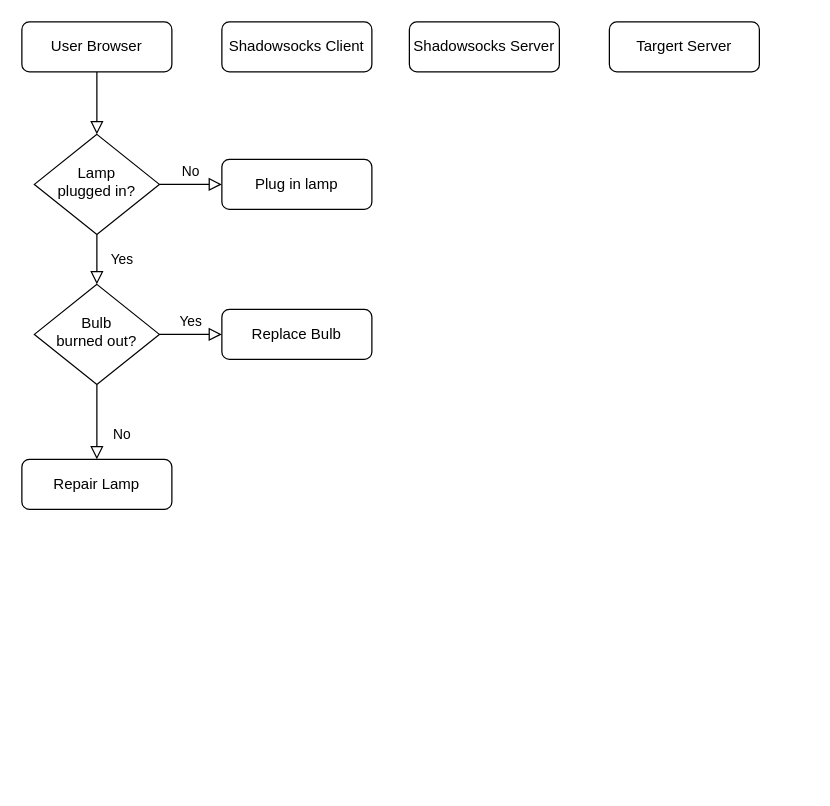
This is vpn原理.drawio from totoSalad/article, a draw.io file, before an edit. Source tidied: cells renumbered, new cells numbered last; positions are measured from the earlier drawing's top-left corner, leaving out a move shared by most shapes. Both pictures are drawn from the tidied source at 125%, with x=0, y=0 at pixel (21, 21).
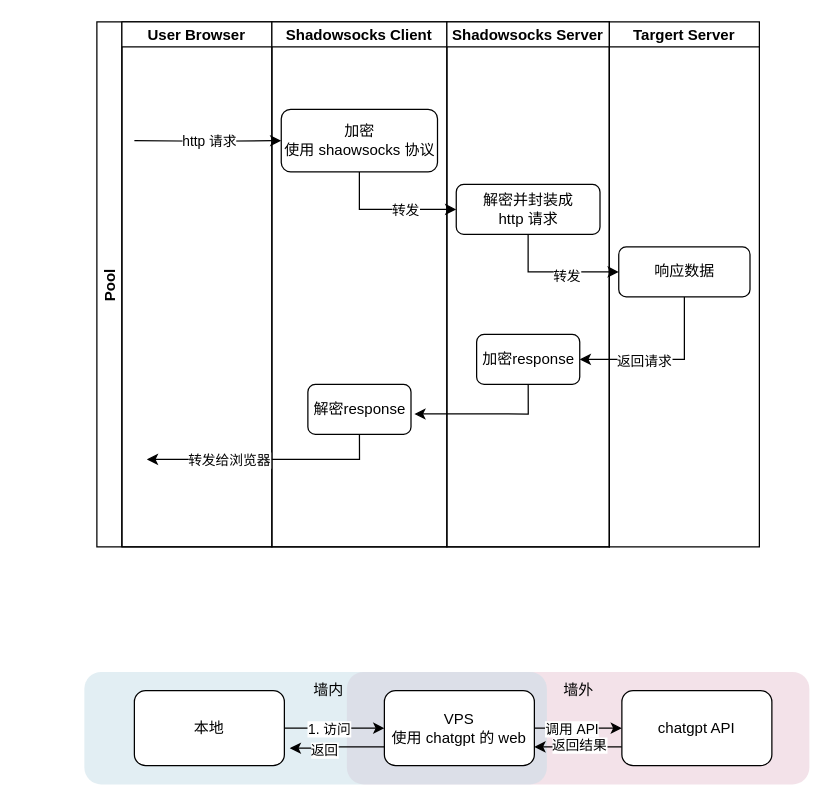
Above is the later version.

The edit, as a diff of the source:
```diff
@@
-    <mxCell id="2" style="rounded=0;html=1;jettySize=auto;fontSize=11;endArrow=block;endFill=0;endSize=8;strokeWidth=1;shadow=0;labelBackgroundColor=none;edgeStyle=orthogonalEdgeStyle;" parent="1" edge="1" source="3" target="6">
-      <mxGeometry relative="1" as="geometry" />
-    </mxCell>
+    <mxCell id="16" style="rounded=1;whiteSpace=wrap;html=1;strokeColor=none;fillColor=#e8c5d4;textOpacity=20;fillStyle=auto;opacity=50;" parent="1" vertex="1">
+      <mxGeometry x="260" y="520" width="370" height="90" as="geometry" />
+    </mxCell>
+    <mxCell id="17" style="rounded=1;whiteSpace=wrap;html=1;strokeColor=none;fillColor=#c5dde8;textOpacity=20;fillStyle=auto;opacity=50;" parent="1" vertex="1">
+      <mxGeometry x="50" y="520" width="370" height="90" as="geometry" />
+    </mxCell>
+    <mxCell id="18" value="Pool" style="swimlane;startSize=20;horizontal=0;" parent="1" vertex="1">
+      <mxGeometry x="60" width="410" height="420" as="geometry" />
+    </mxCell>
-    <mxCell id="3" value=" User Browser  " style="rounded=1;whiteSpace=wrap;html=1;fontSize=12;glass=0;strokeWidth=1;shadow=0;" parent="1" vertex="1">
-      <mxGeometry width="120" height="40" as="geometry" />
+    <mxCell id="3" value="User Browser  " style="swimlane;startSize=20;" parent="18" vertex="1">
+      <mxGeometry x="20" width="120" height="420" as="geometry" />
     </mxCell>
-    <mxCell id="4" value="Yes" style="rounded=0;html=1;jettySize=auto;fontSize=11;endArrow=block;endFill=0;endSize=8;strokeWidth=1;shadow=0;labelBackgroundColor=none;edgeStyle=orthogonalEdgeStyle;" parent="1" edge="1" source="6" target="10">
-      <mxGeometry y="20" relative="1" as="geometry" />
-    </mxCell>
-    <mxCell id="5" value="No" style="edgeStyle=orthogonalEdgeStyle;rounded=0;html=1;jettySize=auto;fontSize=11;endArrow=block;endFill=0;endSize=8;strokeWidth=1;shadow=0;labelBackgroundColor=none;" parent="1" edge="1" source="6" target="7">
-      <mxGeometry y="10" relative="1" as="geometry" />
-    </mxCell>
-    <mxCell id="6" value="Lamp&lt;br&gt;plugged in?" style="rhombus;whiteSpace=wrap;html=1;shadow=0;fontFamily=Helvetica;fontSize=12;align=center;strokeWidth=1;spacing=6;spacingTop=-4;" parent="1" vertex="1">
-      <mxGeometry x="10" y="90" width="100" height="80" as="geometry" />
-    </mxCell>
-    <mxCell id="7" value="Plug in lamp" style="rounded=1;whiteSpace=wrap;html=1;fontSize=12;glass=0;strokeWidth=1;shadow=0;" parent="1" vertex="1">
-      <mxGeometry x="160" y="110" width="120" height="40" as="geometry" />
-    </mxCell>
-    <mxCell id="8" value="No" style="rounded=0;html=1;jettySize=auto;fontSize=11;endArrow=block;endFill=0;endSize=8;strokeWidth=1;shadow=0;labelBackgroundColor=none;edgeStyle=orthogonalEdgeStyle;" parent="1" edge="1" source="10" target="11">
-      <mxGeometry x="0.33" y="20" relative="1" as="geometry" />
-    </mxCell>
-    <mxCell id="9" value="Yes" style="edgeStyle=orthogonalEdgeStyle;rounded=0;html=1;jettySize=auto;fontSize=11;endArrow=block;endFill=0;endSize=8;strokeWidth=1;shadow=0;labelBackgroundColor=none;" parent="1" edge="1" source="10" target="12">
-      <mxGeometry y="10" relative="1" as="geometry" />
-    </mxCell>
-    <mxCell id="10" value="Bulb&lt;br&gt;burned out?" style="rhombus;whiteSpace=wrap;html=1;shadow=0;fontFamily=Helvetica;fontSize=12;align=center;strokeWidth=1;spacing=6;spacingTop=-4;" parent="1" vertex="1">
-      <mxGeometry x="10" y="210" width="100" height="80" as="geometry" />
-    </mxCell>
-    <mxCell id="11" value="Repair Lamp" style="rounded=1;whiteSpace=wrap;html=1;fontSize=12;glass=0;strokeWidth=1;shadow=0;" parent="1" vertex="1">
-      <mxGeometry y="350" width="120" height="40" as="geometry" />
-    </mxCell>
-    <mxCell id="12" value="Replace Bulb" style="rounded=1;whiteSpace=wrap;html=1;fontSize=12;glass=0;strokeWidth=1;shadow=0;" parent="1" vertex="1">
-      <mxGeometry x="160" y="230" width="120" height="40" as="geometry" />
-    </mxCell>
-    <mxCell id="13" value="Shadowsocks Client" style="rounded=1;whiteSpace=wrap;html=1;fontSize=12;glass=0;strokeWidth=1;shadow=0;" parent="1" vertex="1">
-      <mxGeometry x="160" width="120" height="40" as="geometry" />
+    <mxCell id="13" value="Shadowsocks Client" style="swimlane;startSize=20;" parent="18" vertex="1">
+      <mxGeometry x="140" width="140" height="420" as="geometry" />
     </mxCell>
+    <mxCell id="19" value="加密&lt;br&gt;使用 shaowsocks 协议" style="rounded=1;whiteSpace=wrap;html=1;" parent="13" vertex="1">
+      <mxGeometry x="7.5" y="70" width="125" height="50" as="geometry" />
+    </mxCell>
+    <mxCell id="20" value="解密response" style="rounded=1;whiteSpace=wrap;html=1;" parent="13" vertex="1">
+      <mxGeometry x="28.8" y="290" width="82.5" height="40" as="geometry" />
+    </mxCell>
-    <mxCell id="14" value="Shadowsocks Server" style="rounded=1;whiteSpace=wrap;html=1;fontSize=12;glass=0;strokeWidth=1;shadow=0;" parent="1" vertex="1">
-      <mxGeometry x="310" width="120" height="40" as="geometry" />
+    <mxCell id="14" value="Shadowsocks Server" style="swimlane;startSize=20;" parent="18" vertex="1">
+      <mxGeometry x="280" width="130" height="420" as="geometry" />
     </mxCell>
+    <mxCell id="21" value="解密并封装成&lt;br&gt;http 请求" style="rounded=1;whiteSpace=wrap;html=1;" parent="14" vertex="1">
+      <mxGeometry x="7.5" y="130" width="115" height="40" as="geometry" />
+    </mxCell>
+    <mxCell id="22" value="加密response" style="rounded=1;whiteSpace=wrap;html=1;" parent="14" vertex="1">
+      <mxGeometry x="23.8" y="250" width="82.5" height="40" as="geometry" />
+    </mxCell>
+    <mxCell id="23" style="edgeStyle=orthogonalEdgeStyle;rounded=0;jettySize=auto;html=1;entryX=0;entryY=0.5;entryDx=0;entryDy=0;" parent="18" edge="1" target="19">
+      <mxGeometry relative="1" as="geometry">
+        <mxPoint x="30" y="95" as="sourcePoint" />
+      </mxGeometry>
+    </mxCell>
+    <mxCell id="24" value="http 请求" style="edgeLabel;html=1;align=center;verticalAlign=middle;" parent="23" vertex="1">
+      <mxGeometry x="0.25" relative="1" as="geometry">
+        <mxPoint x="-14" as="offset" />
+      </mxGeometry>
+    </mxCell>
+    <mxCell id="25" style="edgeStyle=orthogonalEdgeStyle;rounded=0;jettySize=auto;html=1;exitX=0.5;exitY=1;exitDx=0;exitDy=0;entryX=0;entryY=0.5;entryDx=0;entryDy=0;" parent="18" edge="1" source="19" target="21">
+      <mxGeometry relative="1" as="geometry" />
+    </mxCell>
+    <mxCell id="26" value="转发" style="edgeLabel;html=1;align=center;verticalAlign=middle;" parent="25" vertex="1">
+      <mxGeometry x="0.06" y="-1" relative="1" as="geometry">
+        <mxPoint x="9" y="-1" as="offset" />
+      </mxGeometry>
+    </mxCell>
+    <mxCell id="27" style="edgeStyle=orthogonalEdgeStyle;rounded=0;jettySize=auto;html=1;entryX=1.033;entryY=0.592;entryDx=0;entryDy=0;entryPerimeter=0;exitX=0.5;exitY=1;exitDx=0;exitDy=0;" parent="18" edge="1" source="22" target="20">
+      <mxGeometry relative="1" as="geometry" />
+    </mxCell>
-    <mxCell id="15" value="Targert Server" style="rounded=1;whiteSpace=wrap;html=1;fontSize=12;glass=0;strokeWidth=1;shadow=0;" parent="1" vertex="1">
-      <mxGeometry x="470" width="120" height="40" as="geometry" />
+    <mxCell id="15" value="Targert Server" style="swimlane;startSize=20;" parent="1" vertex="1">
+      <mxGeometry x="470" width="120" height="420" as="geometry" />
     </mxCell>
+    <mxCell id="28" value="响应数据" style="rounded=1;whiteSpace=wrap;html=1;" parent="15" vertex="1">
+      <mxGeometry x="7.5" y="180" width="105" height="40" as="geometry" />
+    </mxCell>
+    <mxCell id="29" style="edgeStyle=orthogonalEdgeStyle;rounded=0;jettySize=auto;html=1;entryX=0;entryY=0.5;entryDx=0;entryDy=0;exitX=0.5;exitY=1;exitDx=0;exitDy=0;" parent="1" edge="1" source="21" target="28">
+      <mxGeometry relative="1" as="geometry">
+        <Array as="points">
+          <mxPoint x="405" y="200" />
+        </Array>
+      </mxGeometry>
+    </mxCell>
+    <mxCell id="30" value="转发" style="edgeLabel;html=1;align=center;verticalAlign=middle;" parent="29" vertex="1">
+      <mxGeometry x="0.18" y="-3" relative="1" as="geometry" />
+    </mxCell>
+    <mxCell id="31" style="edgeStyle=orthogonalEdgeStyle;rounded=0;jettySize=auto;html=1;entryX=1;entryY=0.5;entryDx=0;entryDy=0;exitX=0.5;exitY=1;exitDx=0;exitDy=0;" parent="1" edge="1" source="28" target="22">
+      <mxGeometry relative="1" as="geometry" />
+    </mxCell>
+    <mxCell id="32" value="返回请求" style="edgeLabel;html=1;align=center;verticalAlign=middle;" parent="31" vertex="1">
+      <mxGeometry x="0.24" y="1" relative="1" as="geometry" />
+    </mxCell>
+    <mxCell id="33" style="edgeStyle=orthogonalEdgeStyle;rounded=0;jettySize=auto;html=1;exitX=0.5;exitY=1;exitDx=0;exitDy=0;" parent="1" edge="1" source="20">
+      <mxGeometry relative="1" as="geometry">
+        <mxPoint x="100" y="350" as="targetPoint" />
+        <Array as="points">
+          <mxPoint x="270" y="350" />
+        </Array>
+      </mxGeometry>
+    </mxCell>
+    <mxCell id="34" value="转发给浏览器" style="edgeLabel;html=1;align=center;verticalAlign=middle;" parent="33" vertex="1">
+      <mxGeometry x="0.32" relative="1" as="geometry" />
+    </mxCell>
+    <mxCell id="35" style="edgeStyle=orthogonalEdgeStyle;rounded=0;jettySize=auto;html=1;entryX=0;entryY=0.5;entryDx=0;entryDy=0;" parent="1" edge="1" source="37" target="42">
+      <mxGeometry relative="1" as="geometry" />
+    </mxCell>
+    <mxCell id="36" value="1. 访问" style="edgeLabel;html=1;align=center;verticalAlign=middle;" parent="35" vertex="1">
+      <mxGeometry x="-0.12" relative="1" as="geometry" />
+    </mxCell>
+    <mxCell id="37" value="本地" style="rounded=1;whiteSpace=wrap;html=1;" parent="1" vertex="1">
+      <mxGeometry x="90" y="535" width="120" height="60" as="geometry" />
+    </mxCell>
+    <mxCell id="38" style="edgeStyle=orthogonalEdgeStyle;rounded=0;jettySize=auto;html=1;entryX=0;entryY=0.5;entryDx=0;entryDy=0;" parent="1" edge="1" source="42" target="45">
+      <mxGeometry relative="1" as="geometry" />
+    </mxCell>
+    <mxCell id="39" value="调用 API" style="edgeLabel;html=1;align=center;verticalAlign=middle;" parent="38" vertex="1">
+      <mxGeometry x="-0.16" relative="1" as="geometry" />
+    </mxCell>
+    <mxCell id="40" style="edgeStyle=orthogonalEdgeStyle;rounded=0;jettySize=auto;html=1;exitX=0;exitY=0.75;exitDx=0;exitDy=0;entryX=1.036;entryY=0.767;entryDx=0;entryDy=0;entryPerimeter=0;" parent="1" edge="1" source="42" target="37">
+      <mxGeometry relative="1" as="geometry" />
+    </mxCell>
+    <mxCell id="41" value="返回" style="edgeLabel;html=1;align=center;verticalAlign=middle;" parent="40" vertex="1">
+      <mxGeometry x="0.3" y="1" relative="1" as="geometry" />
+    </mxCell>
+    <mxCell id="42" value="VPS&lt;br&gt;使用 chatgpt 的 web" style="rounded=1;whiteSpace=wrap;html=1;" parent="1" vertex="1">
+      <mxGeometry x="290" y="535" width="120" height="60" as="geometry" />
+    </mxCell>
+    <mxCell id="43" style="edgeStyle=orthogonalEdgeStyle;rounded=0;jettySize=auto;html=1;exitX=0;exitY=0.75;exitDx=0;exitDy=0;entryX=1;entryY=0.75;entryDx=0;entryDy=0;" parent="1" edge="1" source="45" target="42">
+      <mxGeometry relative="1" as="geometry" />
+    </mxCell>
+    <mxCell id="44" value="返回结果" style="edgeLabel;html=1;align=center;verticalAlign=middle;" parent="43" vertex="1">
+      <mxGeometry x="-0.01" y="-2" relative="1" as="geometry" />
+    </mxCell>
+    <mxCell id="45" value="chatgpt API" style="rounded=1;whiteSpace=wrap;html=1;" parent="1" vertex="1">
+      <mxGeometry x="480" y="535" width="120" height="60" as="geometry" />
+    </mxCell>
+    <mxCell id="46" value="墙内" style="text;html=1;align=center;verticalAlign=middle;strokeColor=none;fillColor=none;" parent="1" vertex="1">
+      <mxGeometry x="220" y="520" width="50" height="30" as="geometry" />
+    </mxCell>
+    <mxCell id="47" value="墙外" style="text;html=1;align=center;verticalAlign=middle;strokeColor=none;fillColor=none;" parent="1" vertex="1">
+      <mxGeometry x="420" y="520" width="50" height="30" as="geometry" />
+    </mxCell>
```
